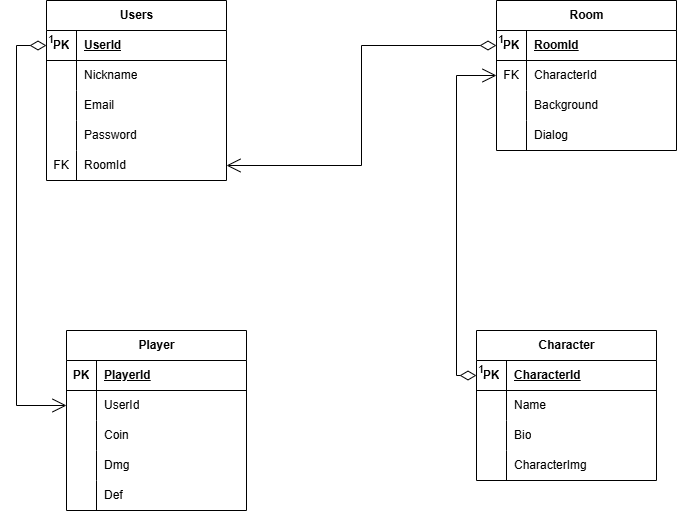
Above: GameBook_src/GameBook_Database.png in pslib-cz/2024-p3a-web-gamebook-miskovska-david (draw.io), before the change. Source tidied: cells renumbered, new cells last; positions are measured from the earlier drawing's top-left corner, leaving out a move shared by most shapes.
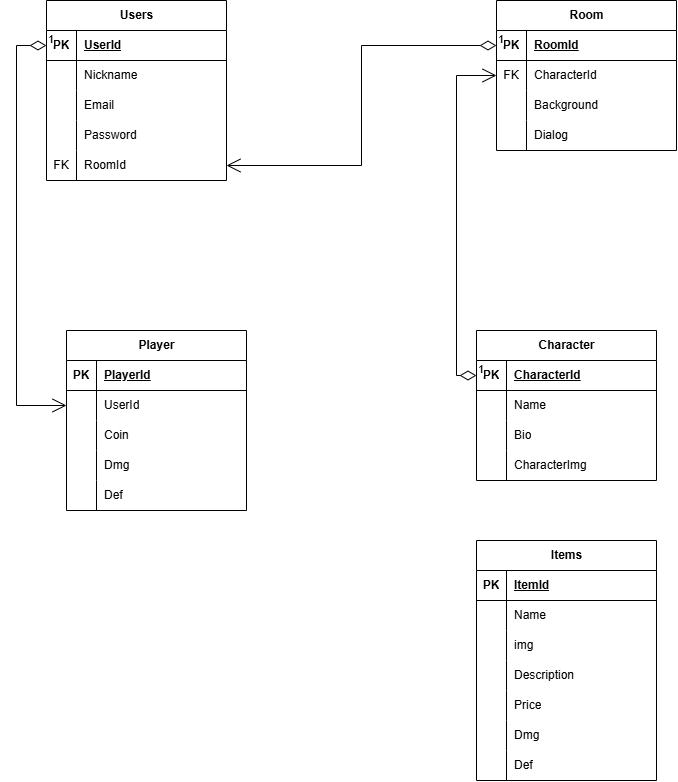
After the change.

The edit, as a diff of the source:
```diff
@@ -195,5 +195,71 @@
         </Array>
       </mxGeometry>
     </mxCell>
+    <mxCell id="63" value="Items" style="shape=table;startSize=30;rowLines=0;fontStyle=1;align=center;html=1;" parent="1" vertex="1">
+      <mxGeometry x="460" y="540" width="180" height="240" as="geometry" />
+    </mxCell>
+    <mxCell id="64" style="shape=tableRow;horizontal=0;startSize=0;swimlaneHead=0;swimlaneBody=0;fillColor=none;top=0;left=0;right=0;bottom=1;" parent="63" vertex="1">
+      <mxGeometry y="30" width="180" height="30" as="geometry" />
+    </mxCell>
+    <mxCell id="65" value="PK" style="shape=partialRectangle;fillColor=none;top=0;left=0;bottom=0;right=0;fontStyle=1;overflow=hidden;whiteSpace=wrap;html=1;" parent="64" vertex="1">
+      <mxGeometry width="30" height="30" as="geometry" />
+    </mxCell>
+    <mxCell id="66" value="ItemId" style="shape=partialRectangle;fillColor=none;top=0;left=0;bottom=0;right=0;align=left;spacingLeft=6;fontStyle=5;overflow=hidden;whiteSpace=wrap;html=1;" parent="64" vertex="1">
+      <mxGeometry x="30" width="150" height="30" as="geometry" />
+    </mxCell>
+    <mxCell id="67" style="shape=tableRow;horizontal=0;startSize=0;swimlaneHead=0;swimlaneBody=0;fillColor=none;top=0;left=0;right=0;bottom=0;" parent="63" vertex="1">
+      <mxGeometry y="60" width="180" height="30" as="geometry" />
+    </mxCell>
+    <mxCell id="68" style="shape=partialRectangle;fillColor=none;top=0;left=0;bottom=0;right=0;overflow=hidden;whiteSpace=wrap;html=1;" parent="67" vertex="1">
+      <mxGeometry width="30" height="30" as="geometry" />
+    </mxCell>
+    <mxCell id="69" value="Name" style="shape=partialRectangle;fillColor=none;top=0;left=0;bottom=0;right=0;align=left;spacingLeft=6;overflow=hidden;whiteSpace=wrap;html=1;" parent="67" vertex="1">
+      <mxGeometry x="30" width="150" height="30" as="geometry" />
+    </mxCell>
+    <mxCell id="70" style="shape=tableRow;horizontal=0;startSize=0;swimlaneHead=0;swimlaneBody=0;fillColor=none;top=0;left=0;right=0;bottom=0;" parent="63" vertex="1">
+      <mxGeometry y="90" width="180" height="30" as="geometry" />
+    </mxCell>
+    <mxCell id="71" style="shape=partialRectangle;fillColor=none;top=0;left=0;bottom=0;right=0;overflow=hidden;whiteSpace=wrap;html=1;" parent="70" vertex="1">
+      <mxGeometry width="30" height="30" as="geometry" />
+    </mxCell>
+    <mxCell id="72" value="img" style="shape=partialRectangle;fillColor=none;top=0;left=0;bottom=0;right=0;align=left;spacingLeft=6;overflow=hidden;whiteSpace=wrap;html=1;" parent="70" vertex="1">
+      <mxGeometry x="30" width="150" height="30" as="geometry" />
+    </mxCell>
+    <mxCell id="73" style="shape=tableRow;horizontal=0;startSize=0;swimlaneHead=0;swimlaneBody=0;fillColor=none;top=0;left=0;right=0;bottom=0;" parent="63" vertex="1">
+      <mxGeometry y="120" width="180" height="30" as="geometry" />
+    </mxCell>
+    <mxCell id="74" style="shape=partialRectangle;fillColor=none;top=0;left=0;bottom=0;right=0;overflow=hidden;whiteSpace=wrap;html=1;" parent="73" vertex="1">
+      <mxGeometry width="30" height="30" as="geometry" />
+    </mxCell>
+    <mxCell id="75" value="Description" style="shape=partialRectangle;fillColor=none;top=0;left=0;bottom=0;right=0;align=left;spacingLeft=6;overflow=hidden;whiteSpace=wrap;html=1;" parent="73" vertex="1">
+      <mxGeometry x="30" width="150" height="30" as="geometry" />
+    </mxCell>
+    <mxCell id="76" style="shape=tableRow;horizontal=0;startSize=0;swimlaneHead=0;swimlaneBody=0;fillColor=none;top=0;left=0;right=0;bottom=0;" parent="63" vertex="1">
+      <mxGeometry y="150" width="180" height="30" as="geometry" />
+    </mxCell>
+    <mxCell id="77" style="shape=partialRectangle;fillColor=none;top=0;left=0;bottom=0;right=0;overflow=hidden;whiteSpace=wrap;html=1;" parent="76" vertex="1">
+      <mxGeometry width="30" height="30" as="geometry" />
+    </mxCell>
+    <mxCell id="78" value="Price" style="shape=partialRectangle;fillColor=none;top=0;left=0;bottom=0;right=0;align=left;spacingLeft=6;overflow=hidden;whiteSpace=wrap;html=1;" parent="76" vertex="1">
+      <mxGeometry x="30" width="150" height="30" as="geometry" />
+    </mxCell>
+    <mxCell id="79" style="shape=tableRow;horizontal=0;startSize=0;swimlaneHead=0;swimlaneBody=0;fillColor=none;top=0;left=0;right=0;bottom=0;" parent="63" vertex="1">
+      <mxGeometry y="180" width="180" height="30" as="geometry" />
+    </mxCell>
+    <mxCell id="80" style="shape=partialRectangle;fillColor=none;top=0;left=0;bottom=0;right=0;overflow=hidden;whiteSpace=wrap;html=1;" parent="79" vertex="1">
+      <mxGeometry width="30" height="30" as="geometry" />
+    </mxCell>
+    <mxCell id="81" value="Dmg" style="shape=partialRectangle;fillColor=none;top=0;left=0;bottom=0;right=0;align=left;spacingLeft=6;overflow=hidden;whiteSpace=wrap;html=1;" parent="79" vertex="1">
+      <mxGeometry x="30" width="150" height="30" as="geometry" />
+    </mxCell>
+    <mxCell id="82" style="shape=tableRow;horizontal=0;startSize=0;swimlaneHead=0;swimlaneBody=0;fillColor=none;top=0;left=0;right=0;bottom=0;" parent="63" vertex="1">
+      <mxGeometry y="210" width="180" height="30" as="geometry" />
+    </mxCell>
+    <mxCell id="83" style="shape=partialRectangle;fillColor=none;top=0;left=0;bottom=0;right=0;overflow=hidden;whiteSpace=wrap;html=1;" parent="82" vertex="1">
+      <mxGeometry width="30" height="30" as="geometry" />
+    </mxCell>
+    <mxCell id="84" value="Def" style="shape=partialRectangle;fillColor=none;top=0;left=0;bottom=0;right=0;align=left;spacingLeft=6;overflow=hidden;whiteSpace=wrap;html=1;" parent="82" vertex="1">
+      <mxGeometry x="30" width="150" height="30" as="geometry" />
+    </mxCell>
   </root>
 </mxGraphModel>
```
